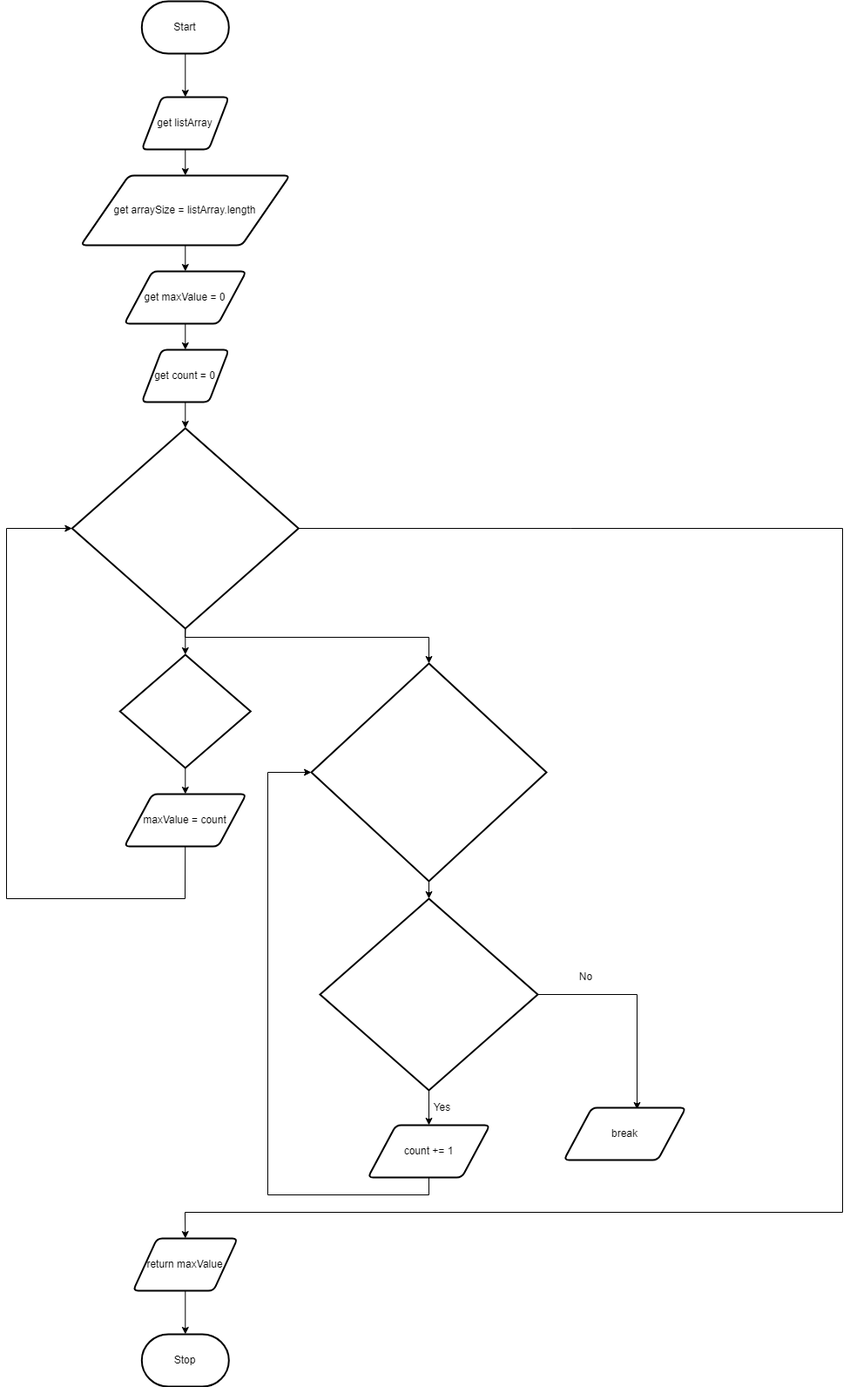
Rodas-Nega1/ics4u-assignment-2-typescript keeps this draw.io diagram as flowchart.png. Above is the earlier version. Source tidied: cells renumbered, new cells last; positions are measured from the earlier drawing's top-left corner, leaving out a move shared by most shapes.
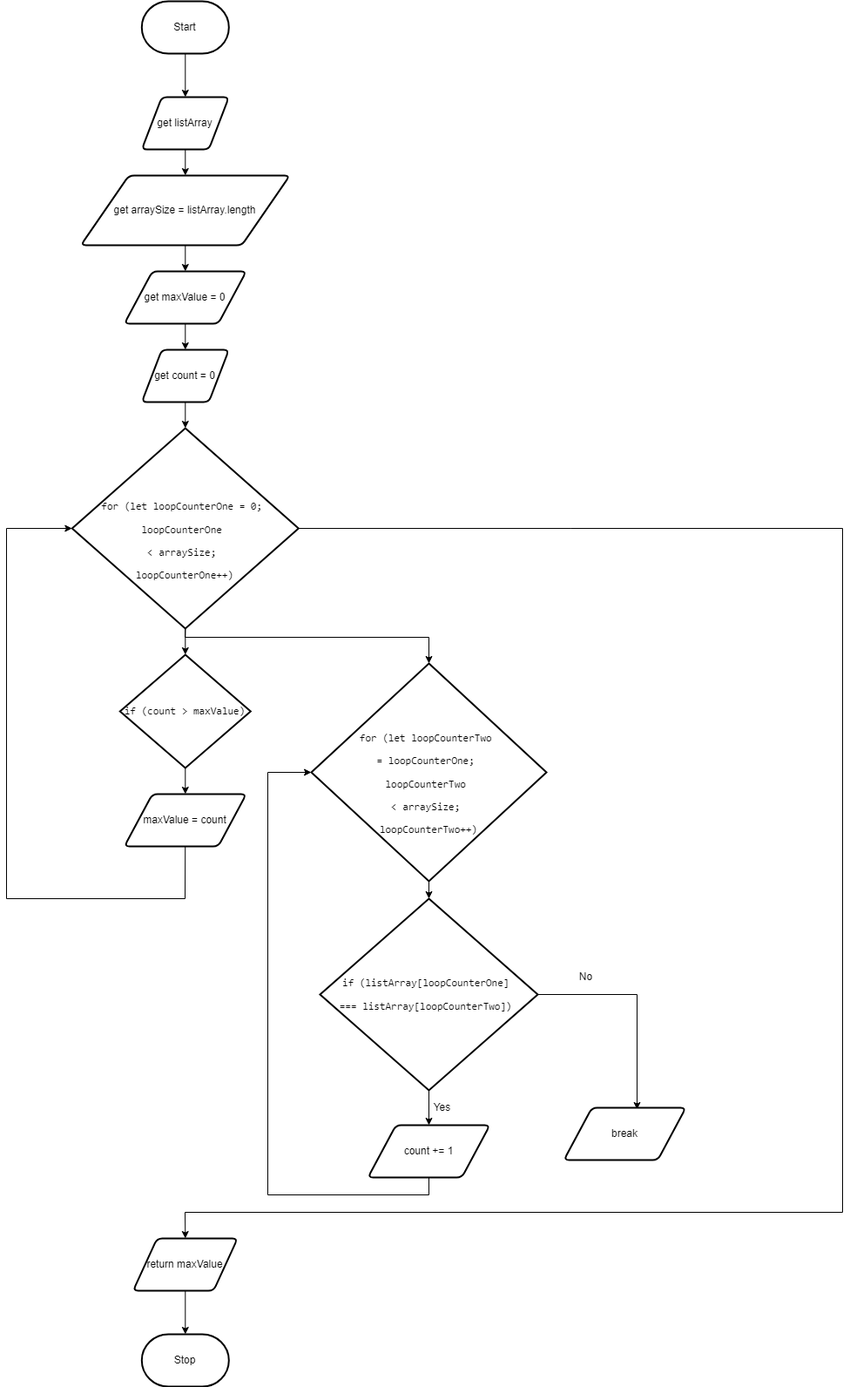
The same file after the commit.

The edit, as a diff of the source:
```diff
@@ -48,7 +48,7 @@
         </Array>
       </mxGeometry>
     </mxCell>
-    <mxCell id="11" value="&lt;br&gt;&lt;br&gt;&lt;pre style=&quot;color: rgb(255 , 255 , 255) ; font-style: normal ; font-weight: 400 ; letter-spacing: normal ; text-indent: 0px ; text-transform: none ; word-spacing: 0px ; overflow-wrap: break-word&quot;&gt;for (let loopCounterOne = 0; &lt;/pre&gt;&lt;pre style=&quot;color: rgb(255 , 255 , 255) ; font-style: normal ; font-weight: 400 ; letter-spacing: normal ; text-indent: 0px ; text-transform: none ; word-spacing: 0px ; overflow-wrap: break-word&quot;&gt;loopCounterOne &lt;/pre&gt;&lt;pre style=&quot;color: rgb(255 , 255 , 255) ; font-style: normal ; font-weight: 400 ; letter-spacing: normal ; text-indent: 0px ; text-transform: none ; word-spacing: 0px ; overflow-wrap: break-word&quot;&gt;&amp;lt; arraySize; &lt;/pre&gt;&lt;pre style=&quot;color: rgb(255 , 255 , 255) ; font-style: normal ; font-weight: 400 ; letter-spacing: normal ; text-indent: 0px ; text-transform: none ; word-spacing: 0px ; overflow-wrap: break-word&quot;&gt;loopCounterOne++)&lt;/pre&gt;" style="strokeWidth=2;html=1;shape=mxgraph.flowchart.decision;whiteSpace=wrap;" parent="1" vertex="1">
+    <mxCell id="11" value="&lt;font color=&quot;#000000&quot;&gt;&lt;br&gt;&lt;br&gt;&lt;/font&gt;&lt;pre style=&quot;font-style: normal ; font-weight: 400 ; letter-spacing: normal ; text-indent: 0px ; text-transform: none ; word-spacing: 0px ; overflow-wrap: break-word&quot;&gt;&lt;font color=&quot;#000000&quot;&gt;for (let loopCounterOne = 0; &lt;/font&gt;&lt;/pre&gt;&lt;pre style=&quot;font-style: normal ; font-weight: 400 ; letter-spacing: normal ; text-indent: 0px ; text-transform: none ; word-spacing: 0px ; overflow-wrap: break-word&quot;&gt;&lt;font color=&quot;#000000&quot;&gt;loopCounterOne &lt;/font&gt;&lt;/pre&gt;&lt;pre style=&quot;font-style: normal ; font-weight: 400 ; letter-spacing: normal ; text-indent: 0px ; text-transform: none ; word-spacing: 0px ; overflow-wrap: break-word&quot;&gt;&lt;font color=&quot;#000000&quot;&gt;&amp;lt; arraySize; &lt;/font&gt;&lt;/pre&gt;&lt;pre style=&quot;font-style: normal ; font-weight: 400 ; letter-spacing: normal ; text-indent: 0px ; text-transform: none ; word-spacing: 0px ; overflow-wrap: break-word&quot;&gt;&lt;font color=&quot;#000000&quot;&gt;loopCounterOne++)&lt;/font&gt;&lt;/pre&gt;" style="strokeWidth=2;html=1;shape=mxgraph.flowchart.decision;whiteSpace=wrap;" parent="1" vertex="1">
       <mxGeometry x="75.3" y="490" width="260" height="230" as="geometry" />
     </mxCell>
     <mxCell id="12" value="No" style="text;html=1;align=center;verticalAlign=middle;fillColor=none;strokeColor=none;rounded=0;" parent="1" vertex="1">
@@ -87,7 +87,7 @@
     <mxCell id="23" style="edgeStyle=none;html=1;" parent="1" edge="1" source="24" target="26">
       <mxGeometry relative="1" as="geometry" />
     </mxCell>
-    <mxCell id="24" value="&lt;pre style=&quot;color: rgb(255 , 255 , 255) ; overflow-wrap: break-word&quot;&gt;if (count &amp;gt; maxValue)&lt;/pre&gt;" style="strokeWidth=2;html=1;shape=mxgraph.flowchart.decision;whiteSpace=wrap;" parent="1" vertex="1">
+    <mxCell id="24" value="&lt;pre style=&quot;overflow-wrap: break-word&quot;&gt;&lt;font color=&quot;#000000&quot;&gt;if (count &amp;gt; maxValue)&lt;/font&gt;&lt;/pre&gt;" style="strokeWidth=2;html=1;shape=mxgraph.flowchart.decision;whiteSpace=wrap;" parent="1" vertex="1">
       <mxGeometry x="130.3" y="750" width="150" height="130" as="geometry" />
     </mxCell>
     <mxCell id="25" style="edgeStyle=none;rounded=0;html=1;entryX=0;entryY=0.5;entryDx=0;entryDy=0;entryPerimeter=0;" parent="1" edge="1" source="26" target="11">
@@ -99,13 +99,13 @@
         </Array>
       </mxGeometry>
     </mxCell>
-    <mxCell id="26" value="maxValue = count" style="shape=parallelogram;html=1;strokeWidth=2;perimeter=parallelogramPerimeter;whiteSpace=wrap;rounded=1;arcSize=12;size=0.23;" parent="1" vertex="1">
+    <mxCell id="26" value="&lt;font color=&quot;#000000&quot;&gt;maxValue = count&lt;/font&gt;" style="shape=parallelogram;html=1;strokeWidth=2;perimeter=parallelogramPerimeter;whiteSpace=wrap;rounded=1;arcSize=12;size=0.23;" parent="1" vertex="1">
       <mxGeometry x="135.3" y="910" width="140" height="60" as="geometry" />
     </mxCell>
     <mxCell id="27" style="edgeStyle=none;rounded=0;html=1;" parent="1" edge="1" source="28" target="31">
       <mxGeometry relative="1" as="geometry" />
     </mxCell>
-    <mxCell id="28" value="&lt;pre style=&quot;color: rgb(255 , 255 , 255) ; overflow-wrap: break-word&quot;&gt;&lt;pre style=&quot;overflow-wrap: break-word&quot;&gt;&lt;br&gt;&lt;/pre&gt;&lt;pre style=&quot;overflow-wrap: break-word&quot;&gt;for (let loopCounterTwo &lt;/pre&gt;&lt;pre style=&quot;overflow-wrap: break-word&quot;&gt;= loopCounterOne; &lt;/pre&gt;&lt;pre style=&quot;overflow-wrap: break-word&quot;&gt;loopCounterTwo &lt;/pre&gt;&lt;pre style=&quot;overflow-wrap: break-word&quot;&gt;&amp;lt; arraySize; &lt;/pre&gt;&lt;pre style=&quot;overflow-wrap: break-word&quot;&gt;loopCounterTwo++)&lt;/pre&gt;&lt;/pre&gt;" style="strokeWidth=2;html=1;shape=mxgraph.flowchart.decision;whiteSpace=wrap;" parent="1" vertex="1">
+    <mxCell id="28" value="&lt;pre style=&quot;overflow-wrap: break-word&quot;&gt;&lt;pre style=&quot;color: rgb(255 , 255 , 255) ; overflow-wrap: break-word&quot;&gt;&lt;br&gt;&lt;/pre&gt;&lt;pre style=&quot;overflow-wrap: break-word&quot;&gt;&lt;font color=&quot;#000000&quot;&gt;for (let loopCounterTwo &lt;/font&gt;&lt;/pre&gt;&lt;pre style=&quot;overflow-wrap: break-word&quot;&gt;&lt;font color=&quot;#000000&quot;&gt;= loopCounterOne; &lt;/font&gt;&lt;/pre&gt;&lt;pre style=&quot;overflow-wrap: break-word&quot;&gt;&lt;font color=&quot;#000000&quot;&gt;loopCounterTwo &lt;/font&gt;&lt;/pre&gt;&lt;pre style=&quot;overflow-wrap: break-word&quot;&gt;&lt;font color=&quot;#000000&quot;&gt;&amp;lt; arraySize; &lt;/font&gt;&lt;/pre&gt;&lt;pre style=&quot;overflow-wrap: break-word&quot;&gt;&lt;font color=&quot;#000000&quot;&gt;loopCounterTwo++)&lt;/font&gt;&lt;/pre&gt;&lt;/pre&gt;" style="strokeWidth=2;html=1;shape=mxgraph.flowchart.decision;whiteSpace=wrap;" parent="1" vertex="1">
       <mxGeometry x="350" y="760" width="270" height="250" as="geometry" />
     </mxCell>
     <mxCell id="29" style="edgeStyle=none;rounded=0;html=1;" parent="1" edge="1" source="31" target="33">
@@ -118,7 +118,7 @@
         </Array>
       </mxGeometry>
     </mxCell>
-    <mxCell id="31" value="&lt;pre style=&quot;color: rgb(255 , 255 , 255) ; overflow-wrap: break-word&quot;&gt;if (listArray[loopCounterOne] &lt;/pre&gt;&lt;pre style=&quot;color: rgb(255 , 255 , 255) ; overflow-wrap: break-word&quot;&gt;=== listArray[loopCounterTwo]) &lt;/pre&gt;" style="strokeWidth=2;html=1;shape=mxgraph.flowchart.decision;whiteSpace=wrap;" parent="1" vertex="1">
+    <mxCell id="31" value="&lt;pre style=&quot;overflow-wrap: break-word&quot;&gt;&lt;font color=&quot;#000000&quot;&gt;if (listArray[loopCounterOne] &lt;/font&gt;&lt;/pre&gt;&lt;pre style=&quot;overflow-wrap: break-word&quot;&gt;&lt;font color=&quot;#000000&quot;&gt;=== listArray[loopCounterTwo]) &lt;/font&gt;&lt;/pre&gt;" style="strokeWidth=2;html=1;shape=mxgraph.flowchart.decision;whiteSpace=wrap;" parent="1" vertex="1">
       <mxGeometry x="360" y="1030" width="250" height="220" as="geometry" />
     </mxCell>
     <mxCell id="32" style="edgeStyle=none;rounded=0;html=1;entryX=0;entryY=0.5;entryDx=0;entryDy=0;entryPerimeter=0;exitX=0.5;exitY=1;exitDx=0;exitDy=0;" parent="1" edge="1" source="33" target="28">
@@ -130,7 +130,7 @@
         </Array>
       </mxGeometry>
     </mxCell>
-    <mxCell id="33" value="count += 1" style="shape=parallelogram;html=1;strokeWidth=2;perimeter=parallelogramPerimeter;whiteSpace=wrap;rounded=1;arcSize=12;size=0.23;" parent="1" vertex="1">
+    <mxCell id="33" value="&lt;font color=&quot;#000000&quot;&gt;count += 1&lt;/font&gt;" style="shape=parallelogram;html=1;strokeWidth=2;perimeter=parallelogramPerimeter;whiteSpace=wrap;rounded=1;arcSize=12;size=0.23;" parent="1" vertex="1">
       <mxGeometry x="415" y="1290" width="140" height="60" as="geometry" />
     </mxCell>
     <mxCell id="34" value="break" style="shape=parallelogram;html=1;strokeWidth=2;perimeter=parallelogramPerimeter;whiteSpace=wrap;rounded=1;arcSize=12;size=0.23;" parent="1" vertex="1">
```
